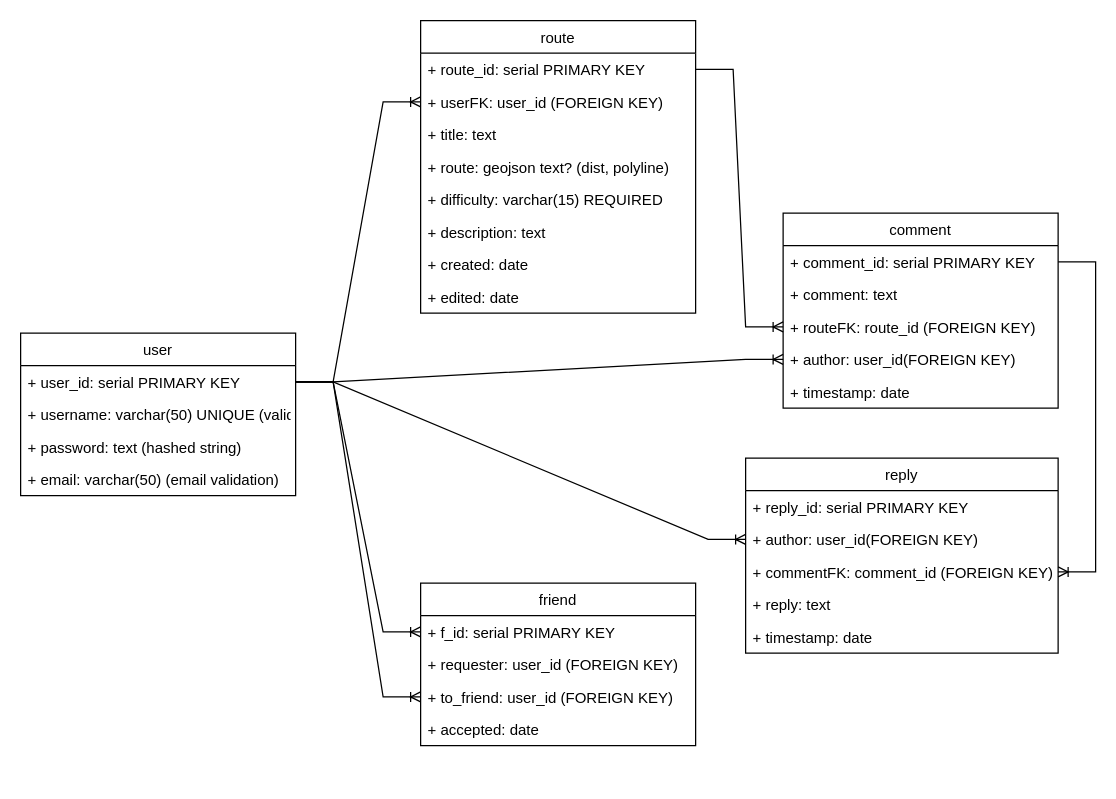
Earlier version of the draw.io diagram page "schema" (2 of 3) of readme/Cycling.drawio (tang-jh/ga-capstone-bcycling). Source tidied: cells renumbered, new cells numbered last; positions are measured from the earlier drawing's top-left corner, leaving out a move shared by most shapes. Both pictures are drawn from the tidied source at 125%, with x=0, y=0 at pixel (20, 20).
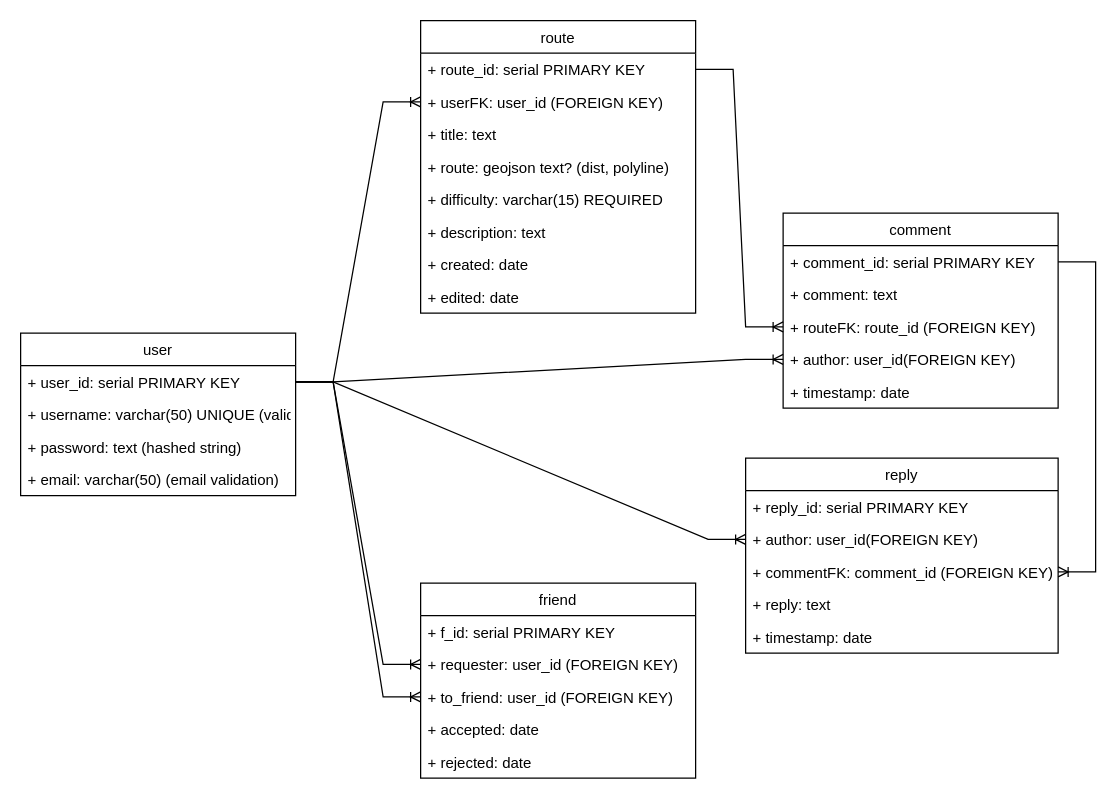
The same diagram, later.

The change refers to these unchanged cells:
```xml
<mxCell id="3" value="+ user_id: serial PRIMARY KEY" style="text;strokeColor=none;fillColor=none;align=left;verticalAlign=top;spacingLeft=4;spacingRight=4;overflow=hidden;points=[[0,0.5],[1,0.5]];portConstraint=eastwest;fontSize=12;" parent="2" vertex="1">
  <mxGeometry y="26" width="220" height="26" as="geometry" />
</mxCell>
<mxCell id="23" value="+ f_id: serial PRIMARY KEY" style="text;strokeColor=none;fillColor=none;align=left;verticalAlign=top;spacingLeft=4;spacingRight=4;overflow=hidden;points=[[0,0.5],[1,0.5]];portConstraint=eastwest;fontSize=12;" parent="22" vertex="1">
  <mxGeometry y="26" width="220" height="26" as="geometry" />
</mxCell>
<mxCell id="24" value="+ requester: user_id (FOREIGN KEY)" style="text;strokeColor=none;fillColor=none;align=left;verticalAlign=top;spacingLeft=4;spacingRight=4;overflow=hidden;points=[[0,0.5],[1,0.5]];portConstraint=eastwest;fontSize=12;" parent="22" vertex="1">
  <mxGeometry y="52" width="220" height="26" as="geometry" />
</mxCell>
```

Diff of the diagram source:
```diff
@@
     <mxCell id="22" value="friend" style="swimlane;fontStyle=0;horizontal=1;startSize=26;fillColor=none;fontSize=12;" parent="1" vertex="1">
-      <mxGeometry x="320" y="450" width="220" height="130" as="geometry" />
+      <mxGeometry x="320" y="450" width="220" height="156" as="geometry" />
     </mxCell>
@@
+    <mxCell id="40" value="+ rejected: date" style="text;strokeColor=none;fillColor=none;align=left;verticalAlign=top;spacingLeft=4;spacingRight=4;overflow=hidden;fontSize=12;" parent="22" vertex="1">
+      <mxGeometry y="130" width="220" height="26" as="geometry" />
+    </mxCell>
-    <mxCell id="27" style="edgeStyle=entityRelationEdgeStyle;fontSize=12;html=1;endArrow=ERoneToMany;rounded=0;jumpStyle=arc;entryX=0;entryY=0.5;entryDx=0;entryDy=0;exitX=1;exitY=0.5;exitDx=0;exitDy=0;" parent="1" edge="1" source="3" target="23">
+    <mxCell id="27" style="edgeStyle=entityRelationEdgeStyle;fontSize=12;html=1;endArrow=ERoneToMany;rounded=0;jumpStyle=arc;exitX=1;exitY=0.5;exitDx=0;exitDy=0;" parent="1" edge="1" source="3" target="24">
       <mxGeometry relative="1" as="geometry" />
     </mxCell>
```
